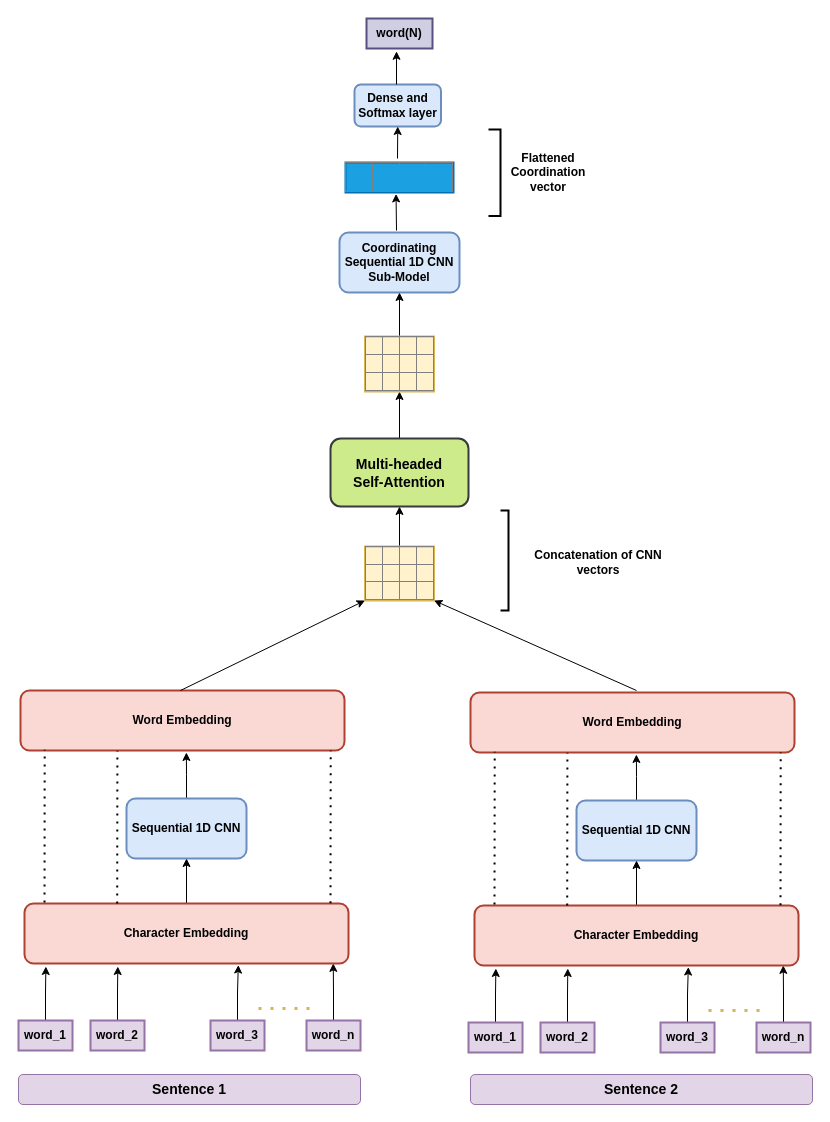
mahbubhimel/Html keeps this draw.io diagram as Untitled Diagram.drawio. Above is the earlier version. Source tidied: cells renumbered, new cells numbered last; positions are measured from the earlier drawing's top-left corner, leaving out a move shared by most shapes. Both pictures are drawn from the tidied source at 100%, with x=0, y=0 at pixel (18, 18).
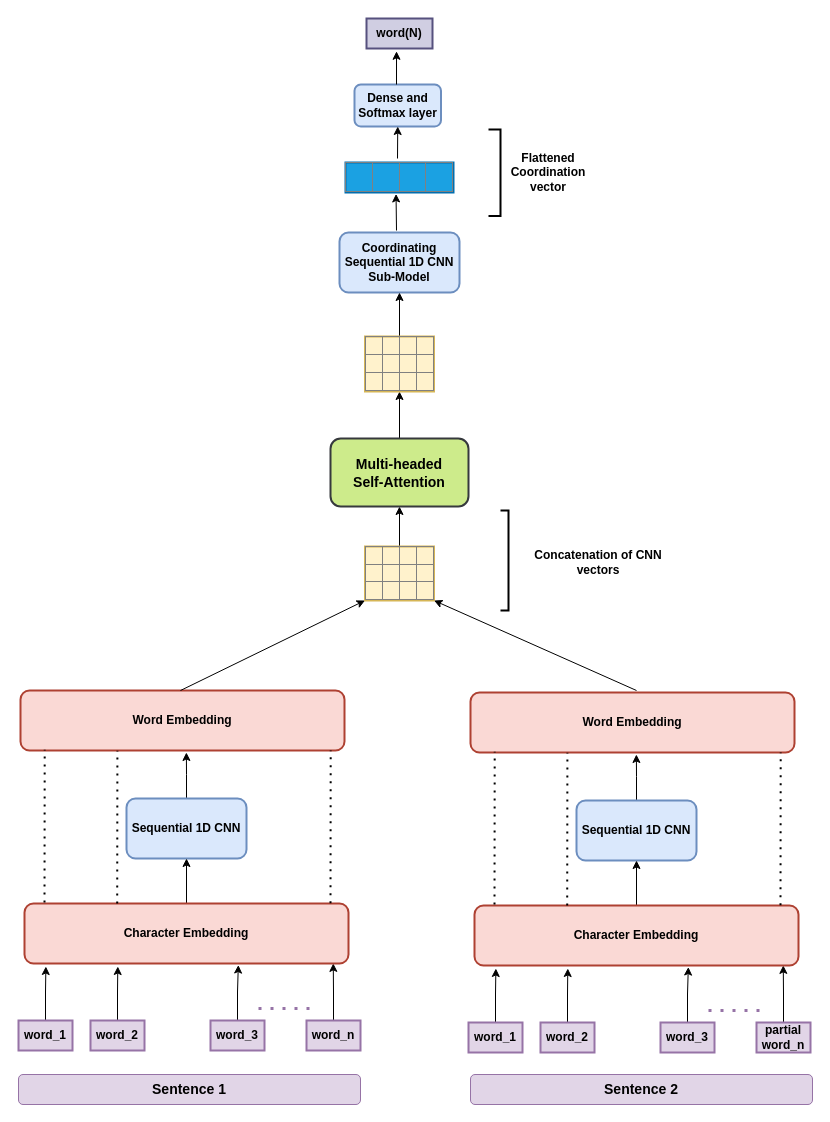
After the change.

What changed in the source:
```diff
@@
-    <mxCell id="10" style="endArrow=none;dashed=1;html=1;dashPattern=1 3;strokeWidth=3;fillColor=#fff2cc;strokeColor=#d6b656;endSize=12;startSize=12;" parent="1" edge="1">
+    <mxCell id="10" style="endArrow=none;dashed=1;html=1;dashPattern=1 3;strokeWidth=3;fillColor=#e1d5e7;strokeColor=#9673a6;endSize=12;startSize=12;" parent="1" edge="1">
       <mxGeometry relative="1" as="geometry">
         <mxPoint x="240" y="990" as="sourcePoint" />
         <mxPoint x="300" y="990" as="targetPoint" />
       </mxGeometry>
     </mxCell>
@@
-    <mxCell id="39" value="&lt;b&gt;word_n&lt;/b&gt;" style="rounded=0;whiteSpace=wrap;html=1;strokeWidth=2;fillColor=#e1d5e7;strokeColor=#9673a6;" parent="1" vertex="1">
+    <mxCell id="39" value="&lt;b&gt;partial&lt;br&gt;word_n&lt;/b&gt;" style="rounded=0;whiteSpace=wrap;html=1;strokeWidth=2;fillColor=#e1d5e7;strokeColor=#9673a6;" parent="1" vertex="1">
       <mxGeometry x="738" y="1004" width="54" height="30" as="geometry" />
     </mxCell>
-    <mxCell id="40" style="endArrow=none;dashed=1;html=1;dashPattern=1 3;strokeWidth=3;fillColor=#fff2cc;strokeColor=#d6b656;endSize=12;startSize=12;" parent="1" edge="1">
+    <mxCell id="40" style="endArrow=none;dashed=1;html=1;dashPattern=1 3;strokeWidth=3;fillColor=#e1d5e7;strokeColor=#9673a6;endSize=12;startSize=12;" parent="1" edge="1">
       <mxGeometry relative="1" as="geometry">
         <mxPoint x="690" y="992" as="sourcePoint" />
         <mxPoint x="750" y="992" as="targetPoint" />
       </mxGeometry>
     </mxCell>
```
